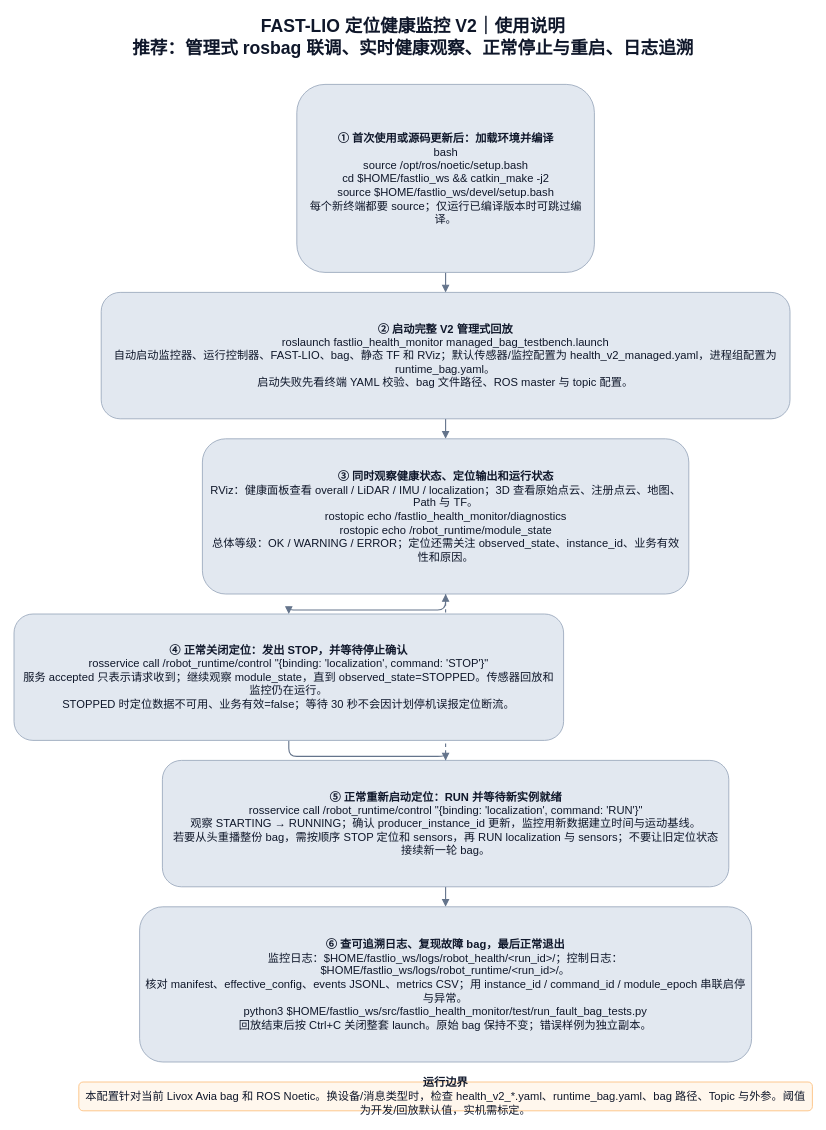
This is FAST_LIO/doc/ros1_workspace/images/fastlio_health_v2_usage.drawio from spacethroughing/Robot-Data-Health-Monitoring-Module, a draw.io file, before an edit. Source tidied: cells renumbered, new cells numbered last; positions are measured from the earlier drawing's top-left corner, leaving out a move shared by most shapes. Both pictures are drawn from the tidied source at 80%, with x=0, y=0 at pixel (14, 14).
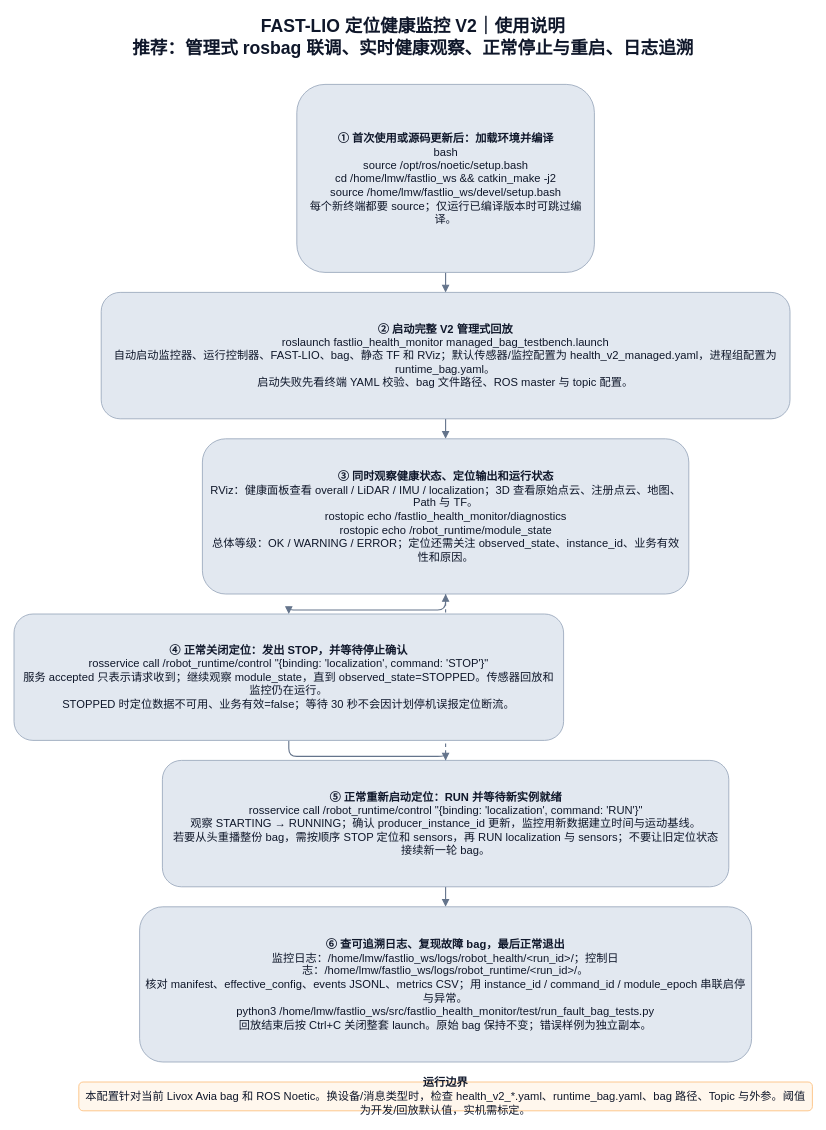
After the change.

Change to the diagram source:
```diff
@@
 <mxGraphModel>
   <root>
     <mxCell id="0" />
     <mxCell id="1" parent="0" />
     <mxCell id="2" value="FAST-LIO 定位健康监控 V2｜使用说明&lt;br&gt;推荐：管理式 rosbag 联调、实时健康观察、正常停止与重启、日志追溯" style="text;html=1;align=center;verticalAlign=middle;whiteSpace=wrap;fontSize=22;fontColor=#0F172A;fontStyle=1;" parent="1" vertex="1">
       <mxGeometry width="998" height="58" as="geometry" />
     </mxCell>
     <mxCell id="3" style="edgeStyle=orthogonalEdgeStyle;rounded=1;jettySize=auto;html=1;strokeColor=#64748B;strokeWidth=1.4;endArrow=block;endFill=1;fontSize=12;fontColor=#475569;" parent="1" edge="1" source="9" target="10">
       <mxGeometry relative="1" as="geometry" />
     </mxCell>
     <mxCell id="4" style="edgeStyle=orthogonalEdgeStyle;rounded=1;jettySize=auto;html=1;strokeColor=#64748B;strokeWidth=1.4;endArrow=block;endFill=1;fontSize=12;fontColor=#475569;" parent="1" edge="1" source="10" target="11">
       <mxGeometry relative="1" as="geometry" />
     </mxCell>
     <mxCell id="5" style="edgeStyle=orthogonalEdgeStyle;rounded=1;jettySize=auto;html=1;strokeColor=#64748B;strokeWidth=1.4;endArrow=block;endFill=1;fontSize=12;fontColor=#475569;" parent="1" edge="1" source="11" target="12">
       <mxGeometry relative="1" as="geometry" />
     </mxCell>
     <mxCell id="6" style="edgeStyle=orthogonalEdgeStyle;rounded=1;jettySize=auto;html=1;strokeColor=#64748B;strokeWidth=1.4;endArrow=block;endFill=1;fontSize=12;fontColor=#475569;" parent="1" edge="1" source="12" target="13">
       <mxGeometry relative="1" as="geometry" />
     </mxCell>
     <mxCell id="7" value="持续检查新实例" style="edgeStyle=orthogonalEdgeStyle;rounded=1;jettySize=auto;html=1;strokeColor=#64748B;strokeWidth=1.4;endArrow=block;endFill=1;fontSize=12;fontColor=#475569;dashed=1;" parent="1" edge="1" source="13" target="11">
       <mxGeometry relative="1" as="geometry" />
     </mxCell>
     <mxCell id="8" style="edgeStyle=orthogonalEdgeStyle;rounded=1;jettySize=auto;html=1;strokeColor=#64748B;strokeWidth=1.4;endArrow=block;endFill=1;fontSize=12;fontColor=#475569;" parent="1" edge="1" source="13" target="14">
       <mxGeometry relative="1" as="geometry" />
     </mxCell>
-    <mxCell id="9" value="&lt;b&gt;① 首次使用或源码更新后：加载环境并编译&lt;/b&gt;&lt;br&gt;bash&lt;br&gt;source /opt/ros/noetic/setup.bash&lt;br&gt;cd $HOME/fastlio_ws &amp;amp;&amp;amp; catkin_make -j2&lt;br&gt;source $HOME/fastlio_ws/devel/setup.bash&lt;br&gt;每个新终端都要 source；仅运行已编译版本时可跳过编译。" style="rounded=1;whiteSpace=wrap;html=1;fillColor=#E2E8F0;strokeColor=#94A3B8;fontColor=#0F172A;fontSize=14;align=center;verticalAlign=middle;spacing=8;" parent="1" vertex="1">
+    <mxCell id="9" value="&lt;b&gt;① 首次使用或源码更新后：加载环境并编译&lt;/b&gt;&lt;br&gt;bash&lt;br&gt;source /opt/ros/noetic/setup.bash&lt;br&gt;cd /home/lmw/fastlio_ws &amp;amp;&amp;amp; catkin_make -j2&lt;br&gt;source /home/lmw/fastlio_ws/devel/setup.bash&lt;br&gt;每个新终端都要 source；仅运行已编译版本时可跳过编译。" style="rounded=1;whiteSpace=wrap;html=1;fillColor=#E2E8F0;strokeColor=#94A3B8;fontColor=#0F172A;fontSize=14;align=center;verticalAlign=middle;spacing=8;" parent="1" vertex="1">
       <mxGeometry x="353.5" y="88" width="372" height="235" as="geometry" />
     </mxCell>
     <mxCell id="10" value="&lt;b&gt;② 启动完整 V2 管理式回放&lt;/b&gt;&lt;br&gt;roslaunch fastlio_health_monitor managed_bag_testbench.launch&lt;br&gt;自动启动监控器、运行控制器、FAST-LIO、bag、静态 TF 和 RViz；默认传感器/监控配置为 health_v2_managed.yaml，进程组配置为 runtime_bag.yaml。&lt;br&gt;启动失败先看终端 YAML 校验、bag 文件路径、ROS master 与 topic 配置。" style="rounded=1;whiteSpace=wrap;html=1;fillColor=#E2E8F0;strokeColor=#94A3B8;fontColor=#0F172A;fontSize=14;align=center;verticalAlign=middle;spacing=8;" parent="1" vertex="1">
       <mxGeometry x="109" y="348" width="861" height="158" as="geometry" />
     </mxCell>
     <mxCell id="11" value="&lt;b&gt;③ 同时观察健康状态、定位输出和运行状态&lt;/b&gt;&lt;br&gt;RViz：健康面板查看 overall / LiDAR / IMU / localization；3D 查看原始点云、注册点云、地图、Path 与 TF。&lt;br&gt;rostopic echo /fastlio_health_monitor/diagnostics&lt;br&gt;rostopic echo /robot_runtime/module_state&lt;br&gt;总体等级：OK / WARNING / ERROR；定位还需关注 observed_state、instance_id、业务有效性和原因。" style="rounded=1;whiteSpace=wrap;html=1;fillColor=#E2E8F0;strokeColor=#94A3B8;fontColor=#0F172A;fontSize=14;align=center;verticalAlign=middle;spacing=8;" parent="1" vertex="1">
       <mxGeometry x="235.5" y="531" width="608" height="194" as="geometry" />
     </mxCell>
     <mxCell id="12" value="&lt;b&gt;④ 正常关闭定位：发出 STOP，并等待停止确认&lt;/b&gt;&lt;br&gt;rosservice call /robot_runtime/control &amp;quot;{binding: &amp;#x27;localization&amp;#x27;, command: &amp;#x27;STOP&amp;#x27;}&amp;quot;&lt;br&gt;服务 accepted 只表示请求收到；继续观察 module_state，直到 observed_state=STOPPED。传感器回放和监控仍在运行。&lt;br&gt;STOPPED 时定位数据不可用、业务有效=false；等待 30 秒不会因计划停机误报定位断流。" style="rounded=1;whiteSpace=wrap;html=1;fillColor=#E2E8F0;strokeColor=#94A3B8;fontColor=#0F172A;fontSize=14;align=center;verticalAlign=middle;spacing=8;" parent="1" vertex="1">
       <mxGeometry y="750" width="687" height="158" as="geometry" />
     </mxCell>
     <mxCell id="13" value="&lt;b&gt;⑤ 正常重新启动定位：RUN 并等待新实例就绪&lt;/b&gt;&lt;br&gt;rosservice call /robot_runtime/control &amp;quot;{binding: &amp;#x27;localization&amp;#x27;, command: &amp;#x27;RUN&amp;#x27;}&amp;quot;&lt;br&gt;观察 STARTING → RUNNING；确认 producer_instance_id 更新，监控用新数据建立时间与运动基线。&lt;br&gt;若要从头重播整份 bag，需按顺序 STOP 定位和 sensors，再 RUN localization 与 sensors；不要让旧定位状态接续新一轮 bag。" style="rounded=1;whiteSpace=wrap;html=1;fillColor=#E2E8F0;strokeColor=#94A3B8;fontColor=#0F172A;fontSize=14;align=center;verticalAlign=middle;spacing=8;" parent="1" vertex="1">
       <mxGeometry x="185.5" y="933" width="708" height="158" as="geometry" />
     </mxCell>
-    <mxCell id="14" value="&lt;b&gt;⑥ 查可追溯日志、复现故障 bag，最后正常退出&lt;/b&gt;&lt;br&gt;监控日志：$HOME/fastlio_ws/logs/robot_health/&amp;lt;run_id&amp;gt;/；控制日志：$HOME/fastlio_ws/logs/robot_runtime/&amp;lt;run_id&amp;gt;/。&lt;br&gt;核对 manifest、effective_config、events JSONL、metrics CSV；用 instance_id / command_id / module_epoch 串联启停与异常。&lt;br&gt;python3 $HOME/fastlio_ws/src/fastlio_health_monitor/test/run_fault_bag_tests.py&lt;br&gt;回放结束后按 Ctrl+C 关闭整套 launch。原始 bag 保持不变；错误样例为独立副本。" style="rounded=1;whiteSpace=wrap;html=1;fillColor=#E2E8F0;strokeColor=#94A3B8;fontColor=#0F172A;fontSize=14;align=center;verticalAlign=middle;spacing=8;" parent="1" vertex="1">
+    <mxCell id="14" value="&lt;b&gt;⑥ 查可追溯日志、复现故障 bag，最后正常退出&lt;/b&gt;&lt;br&gt;监控日志：/home/lmw/fastlio_ws/logs/robot_health/&amp;lt;run_id&amp;gt;/；控制日志：/home/lmw/fastlio_ws/logs/robot_runtime/&amp;lt;run_id&amp;gt;/。&lt;br&gt;核对 manifest、effective_config、events JSONL、metrics CSV；用 instance_id / command_id / module_epoch 串联启停与异常。&lt;br&gt;python3 /home/lmw/fastlio_ws/src/fastlio_health_monitor/test/run_fault_bag_tests.py&lt;br&gt;回放结束后按 Ctrl+C 关闭整套 launch。原始 bag 保持不变；错误样例为独立副本。" style="rounded=1;whiteSpace=wrap;html=1;fillColor=#E2E8F0;strokeColor=#94A3B8;fontColor=#0F172A;fontSize=14;align=center;verticalAlign=middle;spacing=8;" parent="1" vertex="1">
       <mxGeometry x="157" y="1116" width="765" height="194" as="geometry" />
     </mxCell>
     <mxCell id="15" value="&lt;b&gt;运行边界&lt;/b&gt;&lt;br&gt;本配置针对当前 Livox Avia bag 和 ROS Noetic。换设备/消息类型时，检查 health_v2_*.yaml、runtime_bag.yaml、bag 路径、Topic 与外参。阈值为开发/回放默认值，实机需标定。" style="rounded=1;whiteSpace=wrap;html=1;fillColor=#FFF7ED;strokeColor=#FDBA74;fontColor=#0F172A;fontSize=14;align=center;verticalAlign=middle;spacing=8;" parent="1" vertex="1">
       <mxGeometry x="81" y="1335" width="917" height="36" as="geometry" />
     </mxCell>
   </root>
 </mxGraphModel>
```
